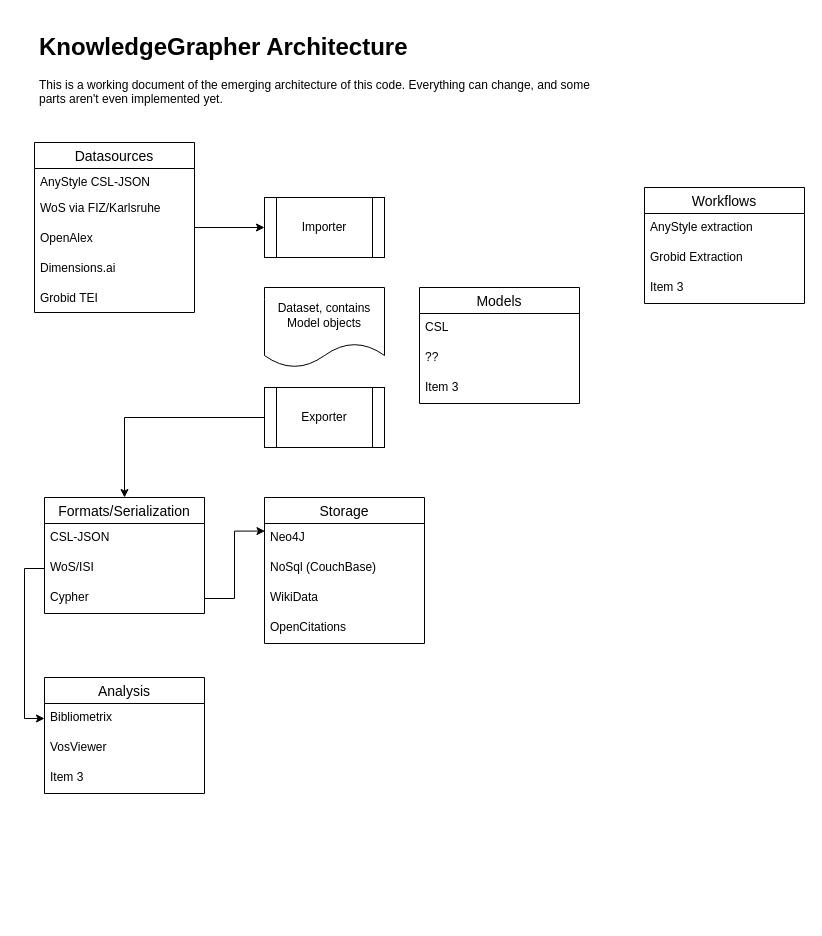
Earlier version of the draw.io diagram doc/architecture.drawio (cboulanger/anystyle-workflow). Source tidied: cells renumbered, new cells numbered last; positions are measured from the earlier drawing's top-left corner, leaving out a move shared by most shapes. Both pictures are drawn from the tidied source at 100%, with x=0, y=0 at pixel (34, 27).
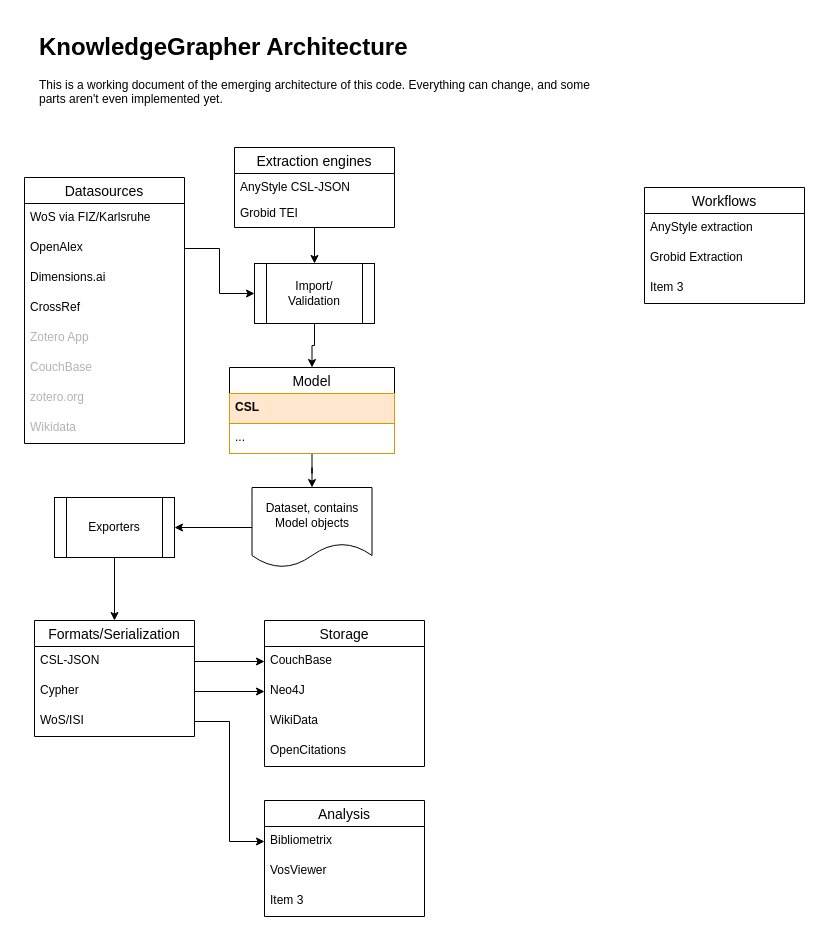
Above is the later version.

Commit message (it also covers changes not shown here):
Add citnetexplorer exporter and jq filtering support

Unchanged cells that the change refers to:
```xml
<mxCell id="7" value="CSL-JSON" style="text;strokeColor=none;fillColor=none;spacingLeft=4;spacingRight=4;overflow=hidden;points=[[0,0.5],[1,0.5]];portConstraint=eastwest;fontSize=12;" parent="6" vertex="1">
  <mxGeometry y="26" width="160" height="30" as="geometry" />
</mxCell>
```

What changed in the source:
```diff
@@
+    <mxCell id="37" style="edgeStyle=orthogonalEdgeStyle;rounded=0;jettySize=auto;html=1;fontColor=#B3B3B3;" parent="1" edge="1" source="2" target="27">
+      <mxGeometry relative="1" as="geometry" />
+    </mxCell>
-    <mxCell id="2" value="Models" style="swimlane;fontStyle=0;horizontal=1;startSize=26;align=center;fontSize=14;" parent="1" vertex="1">
-      <mxGeometry x="385" y="260" width="160" height="116" as="geometry" />
+    <mxCell id="2" value="Model" style="swimlane;fontStyle=0;horizontal=1;startSize=26;align=center;fontSize=14;" parent="1" vertex="1">
+      <mxGeometry x="195" y="340" width="165" height="86" as="geometry" />
     </mxCell>
-    <mxCell id="3" value="CSL&#10;" style="text;strokeColor=none;fillColor=none;spacingLeft=4;spacingRight=4;overflow=hidden;fontSize=12;" parent="2" vertex="1">
-      <mxGeometry y="26" width="160" height="30" as="geometry" />
+    <mxCell id="3" value="CSL&#10;" style="text;strokeColor=#d79b00;fillColor=#ffe6cc;spacingLeft=4;spacingRight=4;overflow=hidden;fontSize=12;fontStyle=1;" parent="2" vertex="1">
+      <mxGeometry y="26" width="165" height="30" as="geometry" />
     </mxCell>
-    <mxCell id="4" value="??" style="text;strokeColor=none;fillColor=none;spacingLeft=4;spacingRight=4;overflow=hidden;fontSize=12;" parent="2" vertex="1">
-      <mxGeometry y="56" width="160" height="30" as="geometry" />
-    </mxCell>
-    <mxCell id="5" value="Item 3" style="text;strokeColor=none;fillColor=none;spacingLeft=4;spacingRight=4;overflow=hidden;fontSize=12;" parent="2" vertex="1">
-      <mxGeometry y="86" width="160" height="30" as="geometry" />
-    </mxCell>
+    <mxCell id="38" value="..." style="text;strokeColor=#d79b00;fillColor=none;spacingLeft=4;spacingRight=4;overflow=hidden;fontSize=12;fontStyle=0;" parent="2" vertex="1">
+      <mxGeometry y="56" width="165" height="30" as="geometry" />
+    </mxCell>
     <mxCell id="6" value="Formats/Serialization" style="swimlane;fontStyle=0;horizontal=1;startSize=26;align=center;fontSize=14;" parent="1" vertex="1">
-      <mxGeometry x="10" y="470" width="160" height="116" as="geometry" />
+      <mxGeometry y="593" width="160" height="116" as="geometry" />
     </mxCell>
@@
+    <mxCell id="9" value="Cypher&#10;" style="text;strokeColor=none;fillColor=none;spacingLeft=4;spacingRight=4;overflow=hidden;points=[[0,0.5],[1,0.5]];portConstraint=eastwest;fontSize=12;" parent="6" vertex="1">
+      <mxGeometry y="56" width="160" height="30" as="geometry" />
+    </mxCell>
     <mxCell id="8" value="WoS/ISI" style="text;strokeColor=none;fillColor=none;spacingLeft=4;spacingRight=4;overflow=hidden;points=[[0,0.5],[1,0.5]];portConstraint=eastwest;fontSize=12;" parent="6" vertex="1">
-      <mxGeometry y="56" width="160" height="30" as="geometry" />
+      <mxGeometry y="86" width="160" height="30" as="geometry" />
     </mxCell>
-    <mxCell id="9" value="Cypher&#10;" style="text;strokeColor=none;fillColor=none;spacingLeft=4;spacingRight=4;overflow=hidden;points=[[0,0.5],[1,0.5]];portConstraint=eastwest;fontSize=12;" parent="6" vertex="1">
-      <mxGeometry y="86" width="160" height="30" as="geometry" />
-    </mxCell>
-    <mxCell id="10" style="edgeStyle=orthogonalEdgeStyle;rounded=0;jettySize=auto;html=1;entryX=0;entryY=0.5;entryDx=0;entryDy=0;" parent="1" edge="1" source="11" target="30">
+    <mxCell id="10" style="edgeStyle=orthogonalEdgeStyle;rounded=0;jettySize=auto;html=1;entryX=0;entryY=0.5;entryDx=0;entryDy=0;exitX=1;exitY=0.5;exitDx=0;exitDy=0;" parent="1" edge="1" source="14" target="30">
       <mxGeometry relative="1" as="geometry" />
     </mxCell>
     <mxCell id="11" value="Datasources" style="swimlane;fontStyle=0;horizontal=1;startSize=26;align=center;fontSize=14;" parent="1" vertex="1">
-      <mxGeometry y="115" width="160" height="170" as="geometry" />
+      <mxGeometry x="-10" y="150" width="160" height="266" as="geometry" />
     </mxCell>
-    <mxCell id="12" value="AnyStyle CSL-JSON" style="text;strokeColor=none;fillColor=none;spacingLeft=4;spacingRight=4;overflow=hidden;fontSize=12;" parent="11" vertex="1">
-      <mxGeometry y="26" width="160" height="26" as="geometry" />
-    </mxCell>
     <mxCell id="13" value="WoS via FIZ/Karlsruhe" style="text;strokeColor=none;fillColor=none;spacingLeft=4;spacingRight=4;overflow=hidden;fontSize=12;" parent="11" vertex="1">
-      <mxGeometry y="52" width="160" height="30" as="geometry" />
+      <mxGeometry y="26" width="160" height="30" as="geometry" />
     </mxCell>
     <mxCell id="14" value="OpenAlex" style="text;strokeColor=none;fillColor=none;spacingLeft=4;spacingRight=4;overflow=hidden;points=[[0,0.5],[1,0.5]];portConstraint=eastwest;fontSize=12;" parent="11" vertex="1">
-      <mxGeometry y="82" width="160" height="30" as="geometry" />
+      <mxGeometry y="56" width="160" height="30" as="geometry" />
     </mxCell>
     <mxCell id="15" value="Dimensions.ai" style="text;strokeColor=none;fillColor=none;spacingLeft=4;spacingRight=4;overflow=hidden;fontSize=12;" parent="11" vertex="1">
-      <mxGeometry y="112" width="160" height="30" as="geometry" />
+      <mxGeometry y="86" width="160" height="30" as="geometry" />
     </mxCell>
-    <mxCell id="16" value="Grobid TEI" style="text;strokeColor=none;fillColor=none;spacingLeft=4;spacingRight=4;overflow=hidden;fontSize=12;" parent="11" vertex="1">
-      <mxGeometry y="142" width="160" height="28" as="geometry" />
-    </mxCell>
+    <mxCell id="39" value="CrossRef" style="text;strokeColor=none;fillColor=none;spacingLeft=4;spacingRight=4;overflow=hidden;fontSize=12;" parent="11" vertex="1">
+      <mxGeometry y="116" width="160" height="30" as="geometry" />
+    </mxCell>
+    <mxCell id="40" value="Zotero App" style="text;strokeColor=none;fillColor=none;spacingLeft=4;spacingRight=4;overflow=hidden;fontSize=12;fontColor=#B3B3B3;" parent="11" vertex="1">
+      <mxGeometry y="146" width="160" height="30" as="geometry" />
+    </mxCell>
+    <mxCell id="41" value="CouchBase" style="text;strokeColor=none;fillColor=none;spacingLeft=4;spacingRight=4;overflow=hidden;fontSize=12;fontColor=#B3B3B3;" parent="11" vertex="1">
+      <mxGeometry y="176" width="160" height="30" as="geometry" />
+    </mxCell>
+    <mxCell id="42" value="zotero.org" style="text;strokeColor=none;fillColor=none;spacingLeft=4;spacingRight=4;overflow=hidden;fontSize=12;fontColor=#B3B3B3;" parent="11" vertex="1">
+      <mxGeometry y="206" width="160" height="30" as="geometry" />
+    </mxCell>
+    <mxCell id="43" value="Wikidata" style="text;strokeColor=none;fillColor=none;spacingLeft=4;spacingRight=4;overflow=hidden;fontSize=12;fontColor=#B3B3B3;" parent="11" vertex="1">
+      <mxGeometry y="236" width="160" height="30" as="geometry" />
+    </mxCell>
     <mxCell id="17" value="Storage" style="swimlane;fontStyle=0;horizontal=1;startSize=26;align=center;fontSize=14;" parent="1" vertex="1">
-      <mxGeometry x="230" y="470" width="160" height="146" as="geometry" />
+      <mxGeometry x="230" y="593" width="160" height="146" as="geometry" />
     </mxCell>
+    <mxCell id="19" value="CouchBase" style="text;strokeColor=none;fillColor=none;spacingLeft=4;spacingRight=4;overflow=hidden;points=[[0,0.5],[1,0.5]];portConstraint=eastwest;fontSize=12;" parent="17" vertex="1">
+      <mxGeometry y="26" width="160" height="30" as="geometry" />
+    </mxCell>
     <mxCell id="18" value="Neo4J" style="text;strokeColor=none;fillColor=none;spacingLeft=4;spacingRight=4;overflow=hidden;points=[[0,0.5],[1,0.5]];portConstraint=eastwest;fontSize=12;" parent="17" vertex="1">
-      <mxGeometry y="26" width="160" height="30" as="geometry" />
+      <mxGeometry y="56" width="160" height="30" as="geometry" />
     </mxCell>
-    <mxCell id="19" value="NoSql (CouchBase)" style="text;strokeColor=none;fillColor=none;spacingLeft=4;spacingRight=4;overflow=hidden;points=[[0,0.5],[1,0.5]];portConstraint=eastwest;fontSize=12;" parent="17" vertex="1">
-      <mxGeometry y="56" width="160" height="30" as="geometry" />
-    </mxCell>
@@
+    <mxCell id="44" style="edgeStyle=orthogonalEdgeStyle;rounded=0;jettySize=auto;html=1;fontColor=#B3B3B3;" parent="1" edge="1" source="27" target="29">
+      <mxGeometry relative="1" as="geometry" />
+    </mxCell>
     <mxCell id="27" value="Dataset, contains Model objects" style="shape=document;whiteSpace=wrap;html=1;boundedLbl=1;" parent="1" vertex="1">
-      <mxGeometry x="230" y="260" width="120" height="80" as="geometry" />
+      <mxGeometry x="217.5" y="460" width="120" height="80" as="geometry" />
     </mxCell>
@@
-    <mxCell id="29" value="Exporter" style="shape=process;whiteSpace=wrap;html=1;backgroundOutline=1;" parent="1" vertex="1">
-      <mxGeometry x="230" y="360" width="120" height="60" as="geometry" />
+    <mxCell id="29" value="Exporters" style="shape=process;whiteSpace=wrap;html=1;backgroundOutline=1;" parent="1" vertex="1">
+      <mxGeometry x="20" y="470" width="120" height="60" as="geometry" />
     </mxCell>
+    <mxCell id="45" style="edgeStyle=orthogonalEdgeStyle;rounded=0;jettySize=auto;html=1;entryX=0.5;entryY=0;entryDx=0;entryDy=0;fontColor=#B3B3B3;" parent="1" edge="1" source="30" target="2">
+      <mxGeometry relative="1" as="geometry" />
+    </mxCell>
-    <mxCell id="30" value="Importer" style="shape=process;whiteSpace=wrap;html=1;backgroundOutline=1;" parent="1" vertex="1">
-      <mxGeometry x="230" y="170" width="120" height="60" as="geometry" />
+    <mxCell id="30" value="Import/&lt;br&gt;Validation" style="shape=process;whiteSpace=wrap;html=1;backgroundOutline=1;" parent="1" vertex="1">
+      <mxGeometry x="220" y="236" width="120" height="60" as="geometry" />
     </mxCell>
-    <mxCell id="31" style="edgeStyle=orthogonalEdgeStyle;rounded=0;jettySize=auto;html=1;entryX=0.003;entryY=0.253;entryDx=0;entryDy=0;entryPerimeter=0;" parent="1" edge="1" source="9" target="18">
+    <mxCell id="31" style="edgeStyle=orthogonalEdgeStyle;rounded=0;jettySize=auto;html=1;" parent="1" edge="1" source="9" target="18">
       <mxGeometry relative="1" as="geometry" />
     </mxCell>
     <mxCell id="32" value="Analysis" style="swimlane;fontStyle=0;horizontal=1;startSize=26;align=center;fontSize=14;" parent="1" vertex="1">
-      <mxGeometry x="10" y="650" width="160" height="116" as="geometry" />
+      <mxGeometry x="230" y="773" width="160" height="116" as="geometry" />
     </mxCell>
@@
+    <mxCell id="46" style="edgeStyle=orthogonalEdgeStyle;rounded=0;jettySize=auto;html=1;entryX=0;entryY=0.5;entryDx=0;entryDy=0;" parent="1" edge="1" source="7" target="19">
+      <mxGeometry relative="1" as="geometry" />
+    </mxCell>
+    <mxCell id="47" style="edgeStyle=orthogonalEdgeStyle;rounded=0;jettySize=auto;html=1;" parent="1" edge="1" source="48" target="30">
+      <mxGeometry relative="1" as="geometry" />
+    </mxCell>
+    <mxCell id="48" value="Extraction engines" style="swimlane;fontStyle=0;horizontal=1;startSize=26;align=center;fontSize=14;" parent="1" vertex="1">
+      <mxGeometry x="200" y="120" width="160" height="80" as="geometry" />
+    </mxCell>
+    <mxCell id="12" value="AnyStyle CSL-JSON" style="text;strokeColor=none;fillColor=none;spacingLeft=4;spacingRight=4;overflow=hidden;fontSize=12;" parent="48" vertex="1">
+      <mxGeometry y="26" width="160" height="26" as="geometry" />
+    </mxCell>
+    <mxCell id="16" value="Grobid TEI" style="text;strokeColor=none;fillColor=none;spacingLeft=4;spacingRight=4;overflow=hidden;fontSize=12;" parent="48" vertex="1">
+      <mxGeometry y="52" width="160" height="28" as="geometry" />
+    </mxCell>
```
